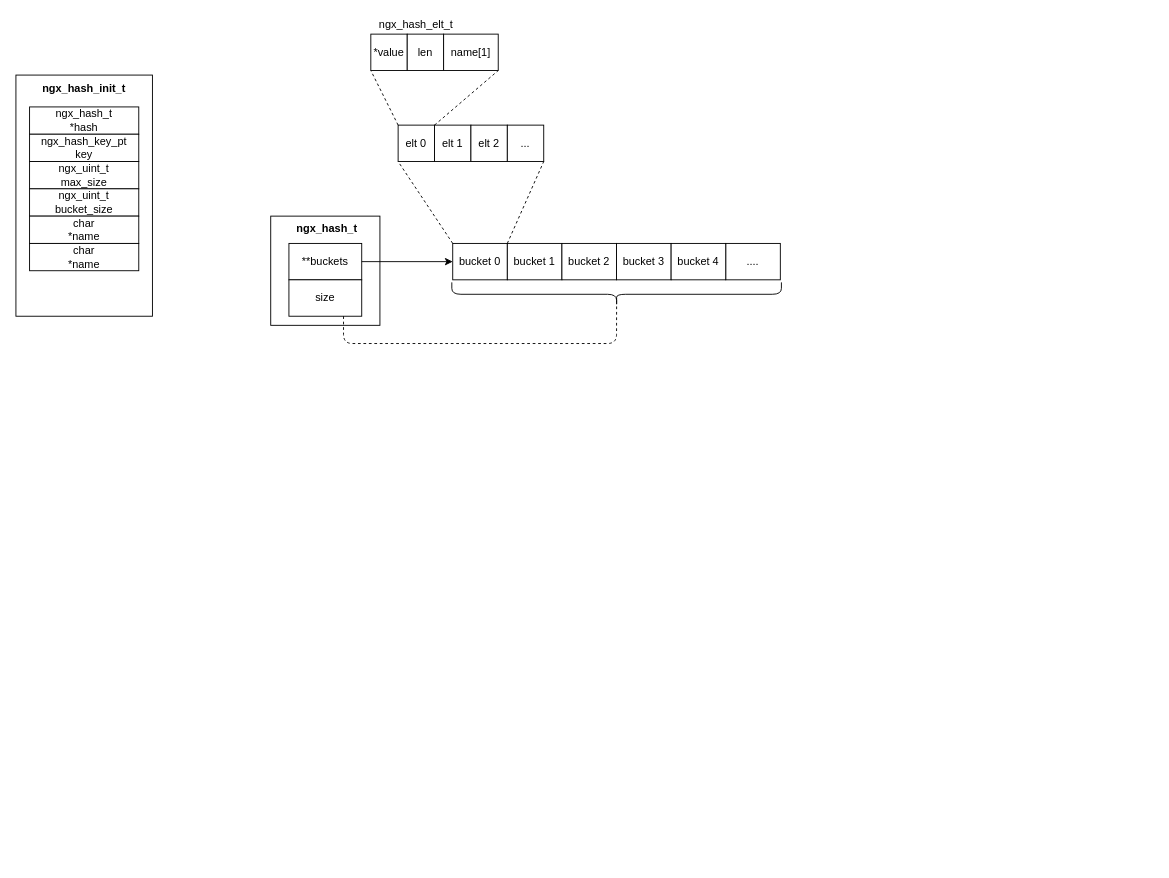
Above: Nginx.drawio in JianHao-Chen/UML (draw.io), before the change. Source tidied: cells renumbered, new cells numbered last; positions are measured from the earlier drawing's top-left corner, leaving out a move shared by most shapes. Both pictures are drawn from the tidied source at 91%, with x=0, y=0 at pixel (15, 15).
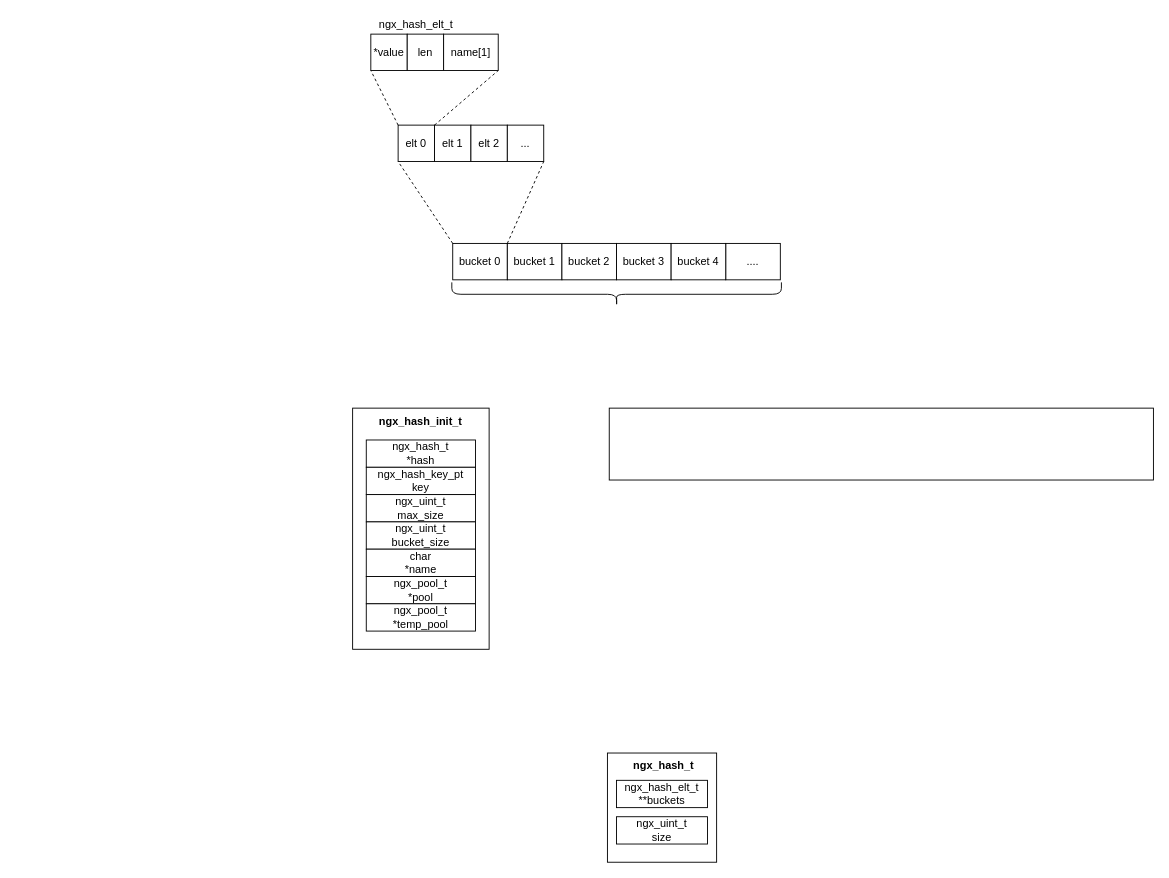
Above is the later version.

The change refers to these unchanged cells:
```xml
<mxCell id="10" value="bucket 0" style="rounded=0;whiteSpace=wrap;html=1;" parent="1" vertex="1">
  <mxGeometry x="480" y="250" width="60" height="40" as="geometry" />
</mxCell>
<mxCell id="16" style="shape=curlyBracket;whiteSpace=wrap;html=1;rounded=1;rotation=-90;" parent="1" vertex="1">
  <mxGeometry x="647" y="124.8" width="26.2" height="362.2" as="geometry" />
</mxCell>
```

The edit, as a diff of the source:
```diff
@@
     <mxCell id="2" style="rounded=0;whiteSpace=wrap;html=1;" parent="1" vertex="1">
-      <mxGeometry x="280" y="220" width="120" height="120" as="geometry" />
+      <mxGeometry x="650" y="810" width="120" height="120" as="geometry" />
     </mxCell>
@@
-    <mxCell id="7" value="**buckets" style="rounded=0;whiteSpace=wrap;html=1;" parent="1" vertex="1">
-      <mxGeometry x="300" y="250" width="80" height="40" as="geometry" />
+    <mxCell id="7" value="ngx_hash_elt_t&lt;br&gt;**buckets" style="rounded=0;whiteSpace=wrap;html=1;" parent="1" vertex="1">
+      <mxGeometry x="660" y="840" width="100" height="30" as="geometry" />
     </mxCell>
     <mxCell id="8" value="&lt;b&gt;ngx_hash_t&lt;/b&gt;" style="text;html=1;strokeColor=none;fillColor=none;align=center;verticalAlign=middle;whiteSpace=wrap;rounded=0;" parent="1" vertex="1">
-      <mxGeometry x="292" y="224" width="100" height="20" as="geometry" />
+      <mxGeometry x="662" y="814" width="100" height="20" as="geometry" />
     </mxCell>
-    <mxCell id="9" value="size" style="rounded=0;whiteSpace=wrap;html=1;" parent="1" vertex="1">
-      <mxGeometry x="300" y="290" width="80" height="40" as="geometry" />
+    <mxCell id="9" value="ngx_uint_t&lt;br&gt;size" style="rounded=0;whiteSpace=wrap;html=1;" parent="1" vertex="1">
+      <mxGeometry x="660" y="880" width="100" height="30" as="geometry" />
     </mxCell>
@@
-    <mxCell id="17" style="endArrow=classic;html=1;exitX=1;exitY=0.5;exitDx=0;exitDy=0;entryX=0;entryY=0.5;entryDx=0;entryDy=0;" parent="1" edge="1" source="7" target="10">
-      <mxGeometry relative="1" as="geometry" />
-    </mxCell>
-    <mxCell id="18" style="endArrow=none;dashed=1;html=1;exitX=0.75;exitY=1;exitDx=0;exitDy=0;entryX=0.1;entryY=0.5;entryDx=0;entryDy=0;entryPerimeter=0;" parent="1" edge="1" source="9" target="16">
-      <mxGeometry relative="1" as="geometry">
-        <Array as="points">
-          <mxPoint x="360" y="360" />
-          <mxPoint x="660" y="360" />
-        </Array>
-      </mxGeometry>
-    </mxCell>
@@
     <mxCell id="27" style="rounded=0;whiteSpace=wrap;html=1;" parent="1" vertex="1">
-      <mxGeometry y="65" width="150" height="265" as="geometry" />
+      <mxGeometry x="370" y="431" width="150" height="265" as="geometry" />
     </mxCell>
     <mxCell id="28" value="&lt;b&gt;ngx_hash_init_t&lt;/b&gt;" style="text;html=1;strokeColor=none;fillColor=none;align=center;verticalAlign=middle;whiteSpace=wrap;rounded=0;" parent="1" vertex="1">
-      <mxGeometry x="55" y="70" width="40" height="20" as="geometry" />
+      <mxGeometry x="425" y="436" width="40" height="20" as="geometry" />
     </mxCell>
     <mxCell id="29" value="ngx_hash_t&lt;br&gt;*hash" style="rounded=0;whiteSpace=wrap;html=1;" parent="1" vertex="1">
-      <mxGeometry x="15" y="100" width="120" height="30" as="geometry" />
+      <mxGeometry x="385" y="466" width="120" height="30" as="geometry" />
     </mxCell>
     <mxCell id="30" value="ngx_hash_key_pt&lt;br&gt;key" style="rounded=0;whiteSpace=wrap;html=1;" parent="1" vertex="1">
-      <mxGeometry x="15" y="130" width="120" height="30" as="geometry" />
+      <mxGeometry x="385" y="496" width="120" height="30" as="geometry" />
     </mxCell>
     <mxCell id="31" value="ngx_uint_t&lt;br&gt;max_size" style="rounded=0;whiteSpace=wrap;html=1;" parent="1" vertex="1">
-      <mxGeometry x="15" y="160" width="120" height="30" as="geometry" />
+      <mxGeometry x="385" y="526" width="120" height="30" as="geometry" />
     </mxCell>
     <mxCell id="32" value="ngx_uint_t&lt;br&gt;bucket_size" style="rounded=0;whiteSpace=wrap;html=1;" parent="1" vertex="1">
-      <mxGeometry x="15" y="190" width="120" height="30" as="geometry" />
+      <mxGeometry x="385" y="556" width="120" height="30" as="geometry" />
     </mxCell>
     <mxCell id="33" value="char&lt;br&gt;*name" style="rounded=0;whiteSpace=wrap;html=1;" parent="1" vertex="1">
-      <mxGeometry x="15" y="220" width="120" height="30" as="geometry" />
+      <mxGeometry x="385" y="586" width="120" height="30" as="geometry" />
     </mxCell>
-    <mxCell id="34" value="char&lt;br&gt;*name" style="rounded=0;whiteSpace=wrap;html=1;" parent="1" vertex="1">
-      <mxGeometry x="15" y="250" width="120" height="30" as="geometry" />
+    <mxCell id="34" value="ngx_pool_t&lt;br&gt;*pool" style="rounded=0;whiteSpace=wrap;html=1;" parent="1" vertex="1">
+      <mxGeometry x="385" y="616" width="120" height="30" as="geometry" />
     </mxCell>
+    <mxCell id="35" value="ngx_pool_t&lt;br&gt;*temp_pool" style="rounded=0;whiteSpace=wrap;html=1;" parent="1" vertex="1">
+      <mxGeometry x="385" y="646" width="120" height="30" as="geometry" />
+    </mxCell>
+    <mxCell id="36" style="rounded=0;whiteSpace=wrap;html=1;" parent="1" vertex="1">
+      <mxGeometry x="652" y="431" width="598" height="79" as="geometry" />
+    </mxCell>
```
